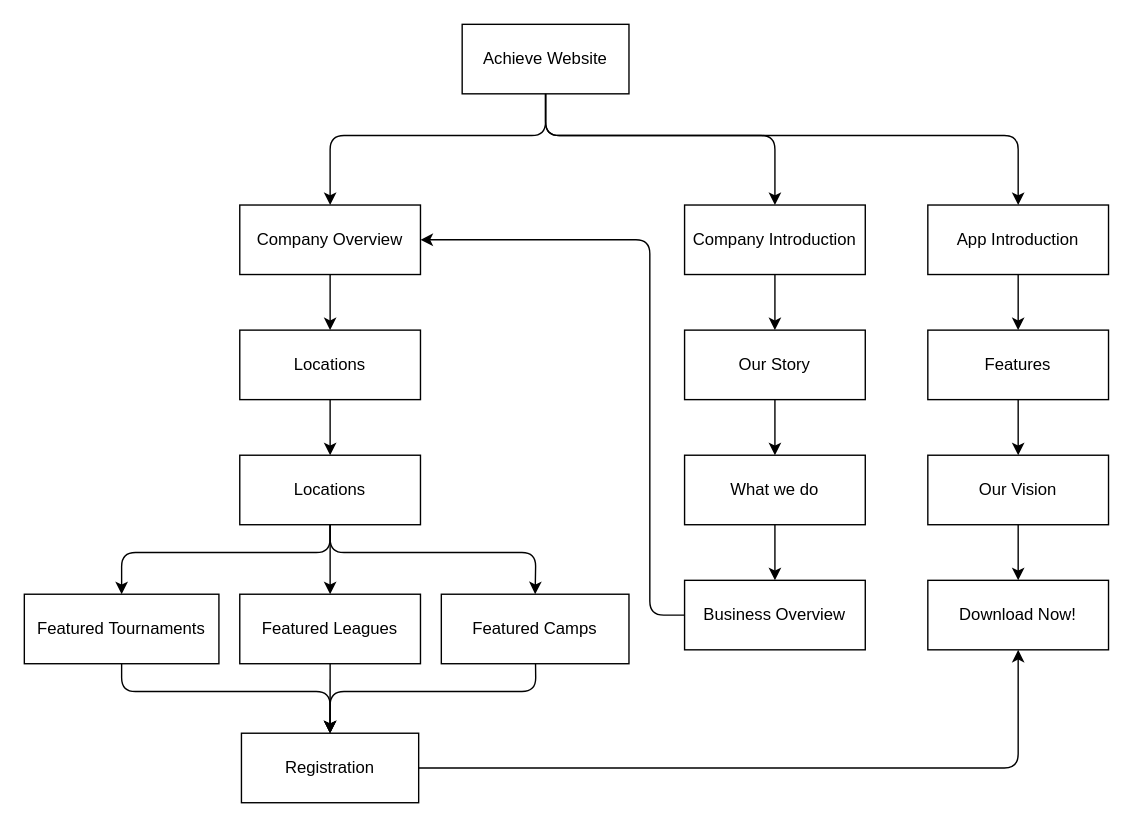
Earlier version of the draw.io diagram Achieve Website.drawio (aza1re/achieve-website). Source tidied: cells renumbered, new cells numbered last; positions are measured from the earlier drawing's top-left corner, leaving out a move shared by most shapes. Both pictures are drawn from the tidied source at 139%, with x=0, y=0 at pixel (24, 24).
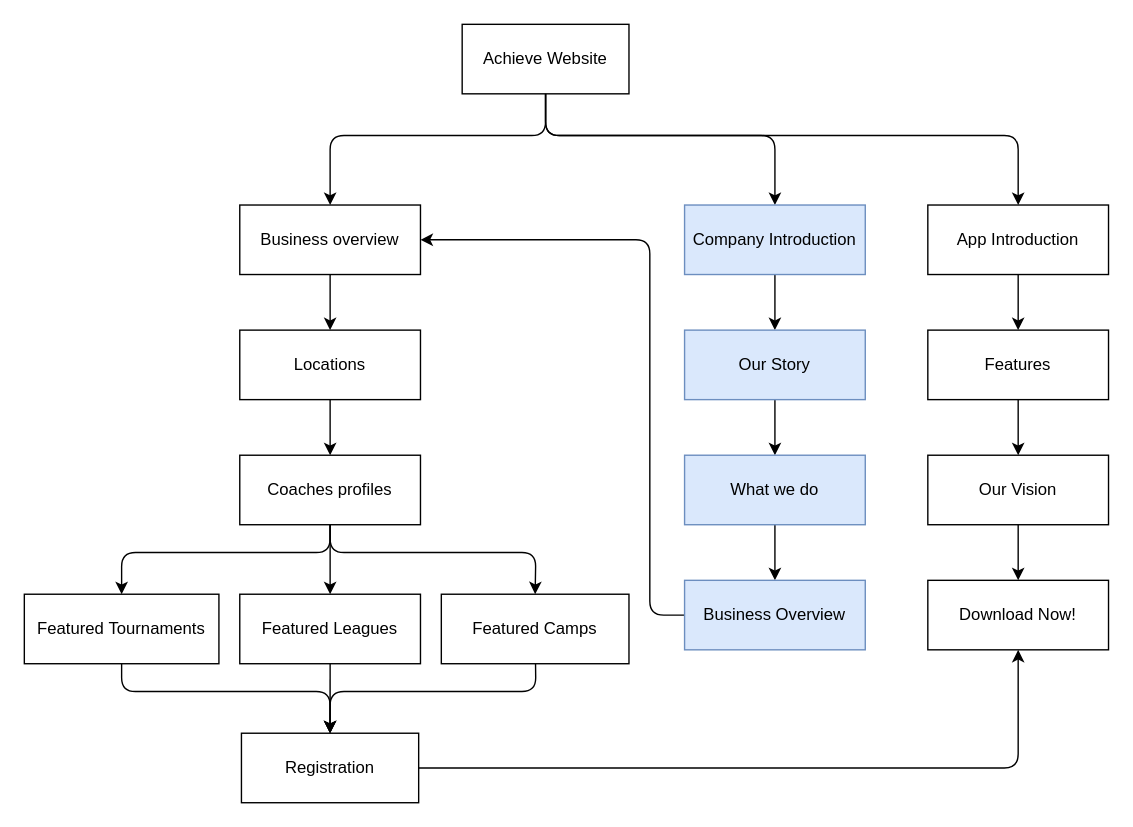
Above is the later version.

Change to the diagram source:
```diff
@@
-    <mxCell id="13" value="Company Introduction" style="rounded=0;whiteSpace=wrap;html=1;" parent="1" vertex="1">
+    <mxCell id="13" value="Company Introduction" style="rounded=0;whiteSpace=wrap;html=1;fillColor=#dae8fc;strokeColor=#6c8ebf;" parent="1" vertex="1">
       <mxGeometry x="475" y="130" width="130" height="50" as="geometry" />
     </mxCell>
@@
-    <mxCell id="17" value="Company Overview" style="rounded=0;whiteSpace=wrap;html=1;" parent="1" vertex="1">
+    <mxCell id="17" value="Business overview" style="rounded=0;whiteSpace=wrap;html=1;" parent="1" vertex="1">
       <mxGeometry x="155" y="130" width="130" height="50" as="geometry" />
     </mxCell>
@@
-    <mxCell id="19" value="Our Story" style="rounded=0;whiteSpace=wrap;html=1;" parent="1" vertex="1">
+    <mxCell id="19" value="Our Story" style="rounded=0;whiteSpace=wrap;html=1;fillColor=#dae8fc;strokeColor=#6c8ebf;" parent="1" vertex="1">
       <mxGeometry x="475" y="220" width="130" height="50" as="geometry" />
     </mxCell>
@@
-    <mxCell id="23" value="What we do" style="rounded=0;whiteSpace=wrap;html=1;" parent="1" vertex="1">
+    <mxCell id="23" value="What we do" style="rounded=0;whiteSpace=wrap;html=1;fillColor=#dae8fc;strokeColor=#6c8ebf;" parent="1" vertex="1">
       <mxGeometry x="475" y="310" width="130" height="50" as="geometry" />
     </mxCell>
@@
-    <mxCell id="25" value="Business Overview" style="rounded=0;whiteSpace=wrap;html=1;" parent="1" vertex="1">
+    <mxCell id="25" value="Business Overview" style="rounded=0;whiteSpace=wrap;html=1;fillColor=#dae8fc;strokeColor=#6c8ebf;" parent="1" vertex="1">
       <mxGeometry x="475" y="400" width="130" height="50" as="geometry" />
     </mxCell>
@@
-    <mxCell id="36" value="Locations" style="rounded=0;whiteSpace=wrap;html=1;" parent="1" vertex="1">
+    <mxCell id="36" value="Coaches profiles" style="rounded=0;whiteSpace=wrap;html=1;" parent="1" vertex="1">
       <mxGeometry x="155" y="310" width="130" height="50" as="geometry" />
     </mxCell>
```
